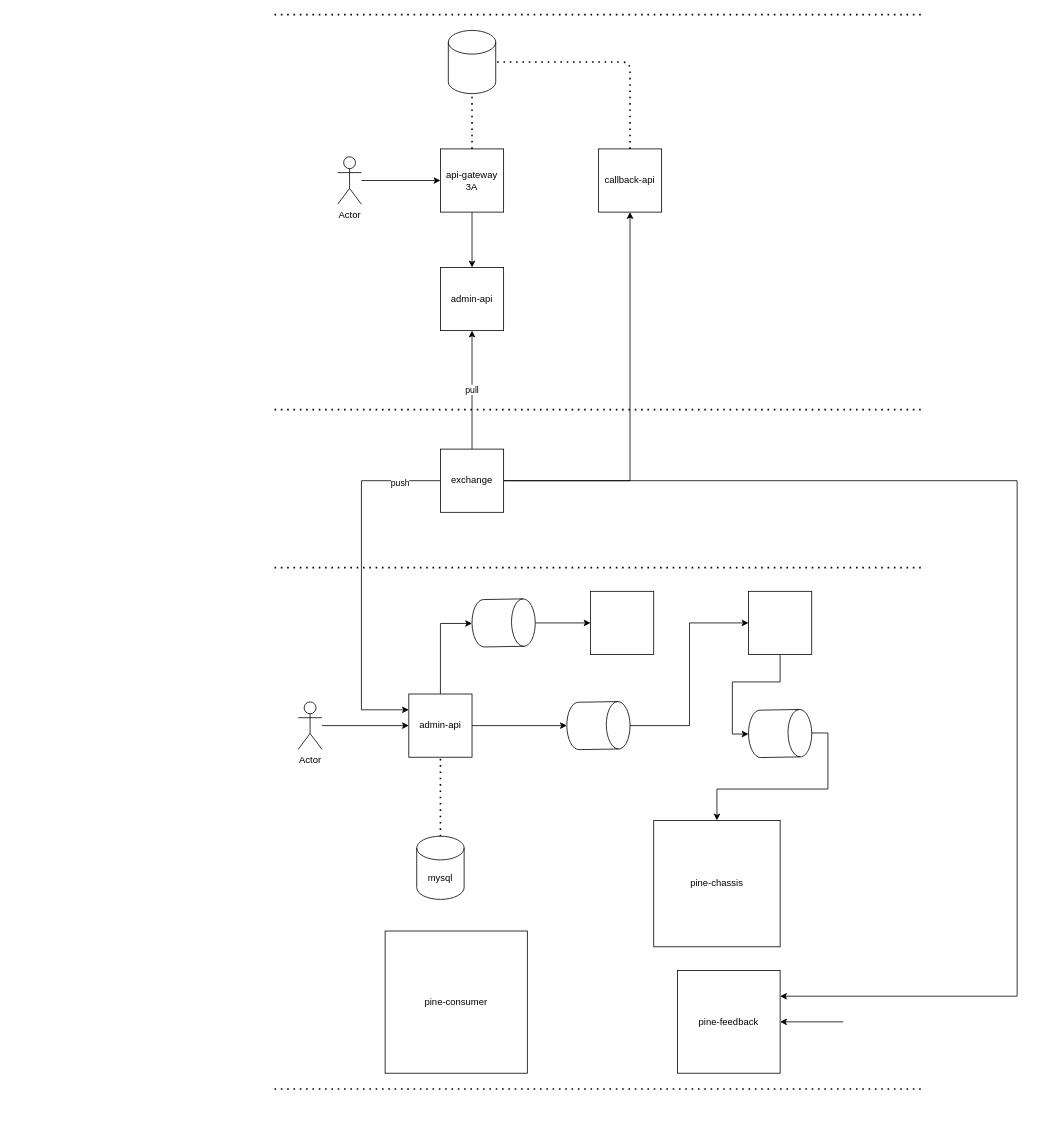
hack0303/draw.io-store keeps this draw.io diagram as 业务数据流图.drawio. Above is the earlier version. Source tidied: cells renumbered, new cells numbered last; positions are measured from the earlier drawing's top-left corner, leaving out a move shared by most shapes. Both pictures are drawn from the tidied source at 79%, with x=0, y=0 at pixel (274, 14).
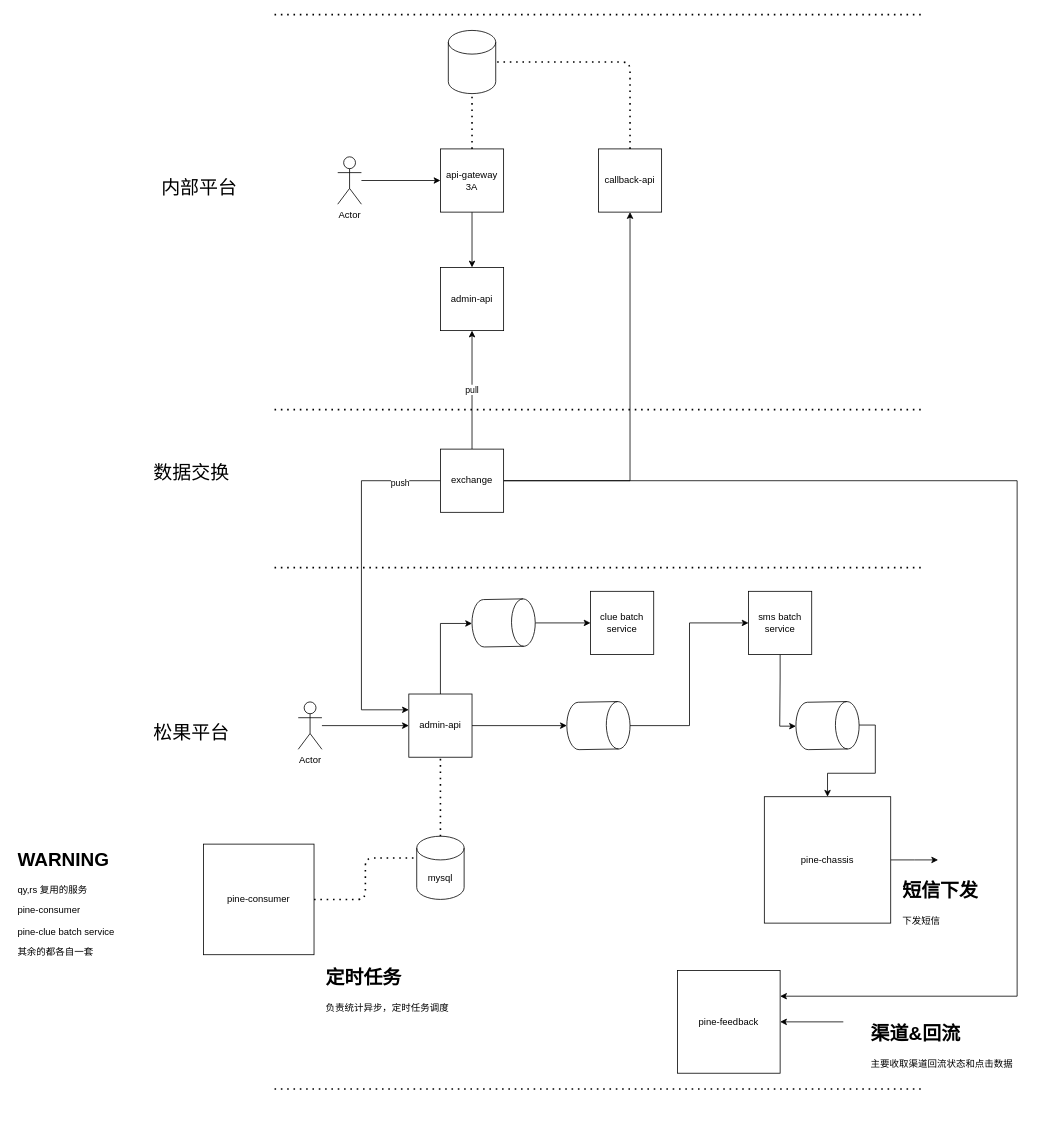
After the change.

Commit message (it also covers changes not shown here):
Update 业务数据流图.drawio

The change refers to these unchanged cells:
```xml
<mxCell id="29" value="mysql" style="shape=cylinder3;whiteSpace=wrap;html=1;boundedLbl=1;backgroundOutline=1;size=15;" parent="1" vertex="1">
  <mxGeometry x="180" y="1040" width="60" height="80" as="geometry" />
</mxCell>
```

Diff of the diagram source:
```diff
@@
     <mxCell id="7" value="pine-consumer" style="whiteSpace=wrap;html=1;" parent="1" vertex="1">
-      <mxGeometry x="140" y="1160" width="180" height="180" as="geometry" />
+      <mxGeometry x="-90" y="1050" width="140" height="140" as="geometry" />
     </mxCell>
@@
-    <mxCell id="9" style="whiteSpace=wrap;html=1;" parent="1" vertex="1">
+    <mxCell id="9" value="sms batch service" style="whiteSpace=wrap;html=1;" parent="1" vertex="1">
       <mxGeometry x="600" y="730" width="80" height="80" as="geometry" />
     </mxCell>
-    <mxCell id="10" style="whiteSpace=wrap;html=1;" parent="1" vertex="1">
+    <mxCell id="10" value="clue batch service" style="whiteSpace=wrap;html=1;" parent="1" vertex="1">
       <mxGeometry x="400" y="730" width="80" height="80" as="geometry" />
     </mxCell>
@@
+    <mxCell id="41" style="edgeStyle=orthogonalEdgeStyle;rounded=0;jettySize=auto;html=1;" parent="1" edge="1" source="27">
+      <mxGeometry relative="1" as="geometry">
+        <mxPoint x="840" y="1070" as="targetPoint" />
+      </mxGeometry>
+    </mxCell>
     <mxCell id="27" value="pine-chassis" style="whiteSpace=wrap;html=1;" parent="1" vertex="1">
-      <mxGeometry x="480" y="1020" width="160" height="160" as="geometry" />
+      <mxGeometry x="620" y="990" width="160" height="160" as="geometry" />
     </mxCell>
@@
     <mxCell id="36" style="shape=cylinder3;whiteSpace=wrap;html=1;boundedLbl=1;backgroundOutline=1;size=15;rotation=89;" parent="1" vertex="1">
-      <mxGeometry x="610" y="870" width="60" height="80" as="geometry" />
+      <mxGeometry x="670" y="860" width="60" height="80" as="geometry" />
     </mxCell>
@@
+    <mxCell id="42" value="&lt;h1&gt;渠道&amp;amp;回流&lt;/h1&gt;&lt;p&gt;主要收取渠道回流状态和点击数据&lt;/p&gt;" style="text;html=1;strokeColor=none;fillColor=none;spacing=5;spacingTop=-20;whiteSpace=wrap;overflow=hidden;rounded=0;" parent="1" vertex="1">
+      <mxGeometry x="750" y="1270" width="190" height="120" as="geometry" />
+    </mxCell>
+    <mxCell id="43" value="&lt;h1&gt;短信下发&lt;/h1&gt;&lt;p&gt;下发短信&lt;/p&gt;" style="text;html=1;strokeColor=none;fillColor=none;spacing=5;spacingTop=-20;whiteSpace=wrap;overflow=hidden;rounded=0;" parent="1" vertex="1">
+      <mxGeometry x="790" y="1090" width="190" height="120" as="geometry" />
+    </mxCell>
+    <mxCell id="44" style="endArrow=none;dashed=1;html=1;dashPattern=1 3;strokeWidth=2;entryX=0;entryY=0;entryDx=0;entryDy=27.5;entryPerimeter=0;exitX=1;exitY=0.5;exitDx=0;exitDy=0;edgeStyle=orthogonalEdgeStyle;" parent="1" edge="1" source="7" target="29">
+      <mxGeometry relative="1" as="geometry" />
+    </mxCell>
+    <mxCell id="45" value="&lt;h1&gt;定时任务&lt;/h1&gt;&lt;p&gt;负责统计异步，定时任务调度&lt;/p&gt;" style="text;html=1;strokeColor=none;fillColor=none;spacing=5;spacingTop=-20;whiteSpace=wrap;overflow=hidden;rounded=0;" parent="1" vertex="1">
+      <mxGeometry x="60" y="1200" width="190" height="120" as="geometry" />
+    </mxCell>
+    <mxCell id="46" value="&lt;font style=&quot;font-size: 24px&quot;&gt;内部平台&lt;/font&gt;" style="text;html=1;strokeColor=none;fillColor=none;align=center;verticalAlign=middle;whiteSpace=wrap;rounded=0;" parent="1" vertex="1">
+      <mxGeometry x="-160" y="210" width="130" height="20" as="geometry" />
+    </mxCell>
+    <mxCell id="47" value="&lt;font style=&quot;font-size: 24px&quot;&gt;数据交换&lt;/font&gt;" style="text;html=1;strokeColor=none;fillColor=none;align=center;verticalAlign=middle;whiteSpace=wrap;rounded=0;" parent="1" vertex="1">
+      <mxGeometry x="-170" y="570" width="130" height="20" as="geometry" />
+    </mxCell>
+    <mxCell id="48" value="&lt;font style=&quot;font-size: 24px&quot;&gt;松果平台&lt;/font&gt;" style="text;html=1;strokeColor=none;fillColor=none;align=center;verticalAlign=middle;whiteSpace=wrap;rounded=0;" parent="1" vertex="1">
+      <mxGeometry x="-170" y="900" width="130" height="20" as="geometry" />
+    </mxCell>
+    <mxCell id="49" value="&lt;h1&gt;WARNING&lt;/h1&gt;&lt;p&gt;qy,rs 复用的服务&amp;nbsp;&lt;/p&gt;&lt;p&gt;pine-consumer&lt;/p&gt;&lt;p&gt;pine-clue batch service&lt;/p&gt;&lt;p&gt;其余的都各自一套&lt;/p&gt;&lt;p&gt;&lt;br&gt;&lt;/p&gt;&lt;p&gt;&lt;br&gt;&lt;/p&gt;" style="text;html=1;strokeColor=none;fillColor=none;spacing=5;spacingTop=-20;whiteSpace=wrap;overflow=hidden;rounded=0;" parent="1" vertex="1">
+      <mxGeometry x="-330" y="1050" width="190" height="270" as="geometry" />
+    </mxCell>
```
